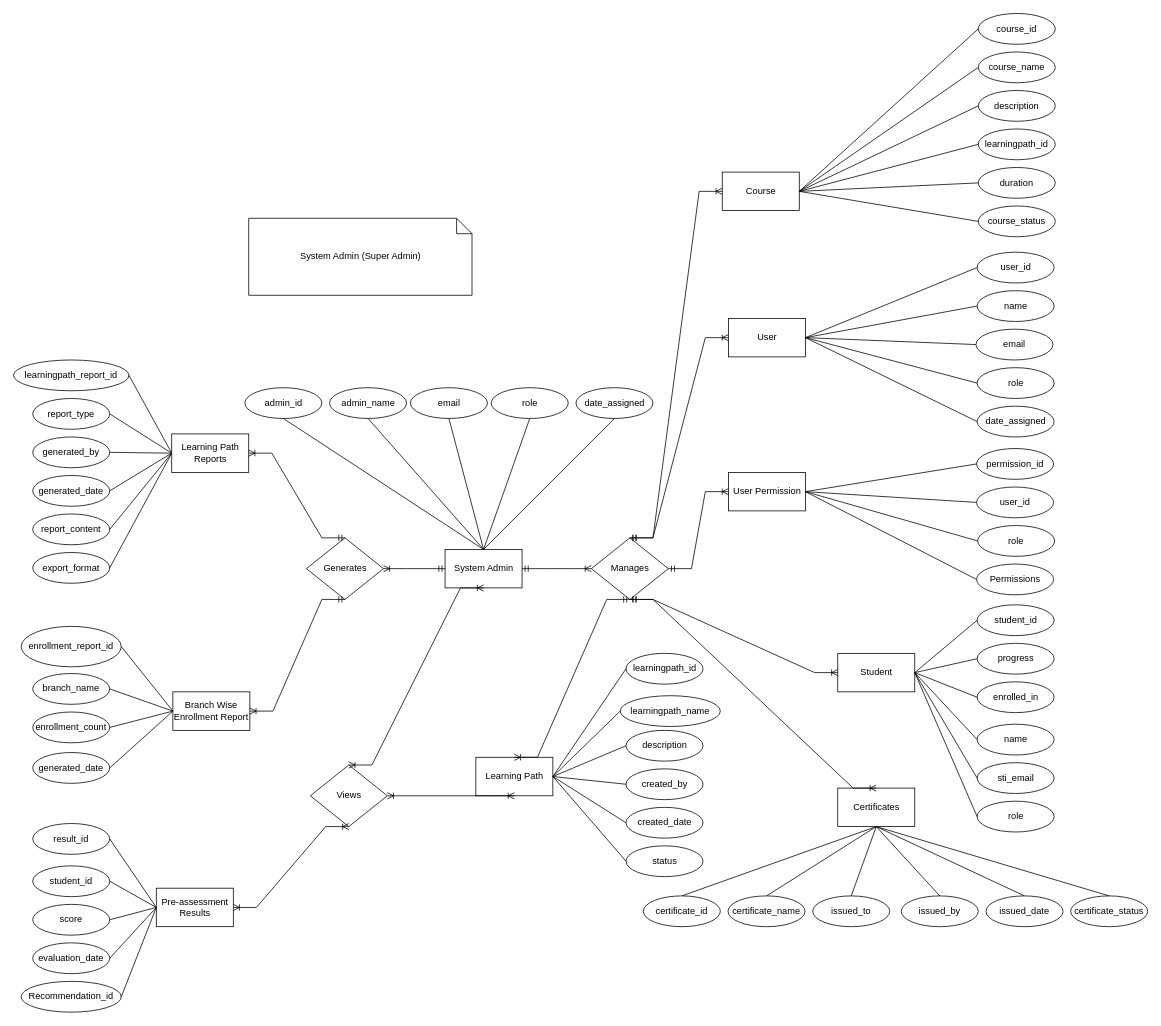
The draw.io diagram page "Page-5" (3 of 3) of SL-Activities/Task121/.drawio in rnrhltn/javanc3uc1, before the edit. Source tidied: cells renumbered, new cells numbered last; positions are measured from the earlier drawing's top-left corner, leaving out a move shared by most shapes. Both pictures are drawn from the tidied source at 77%, with x=0, y=0 at pixel (13, 13).
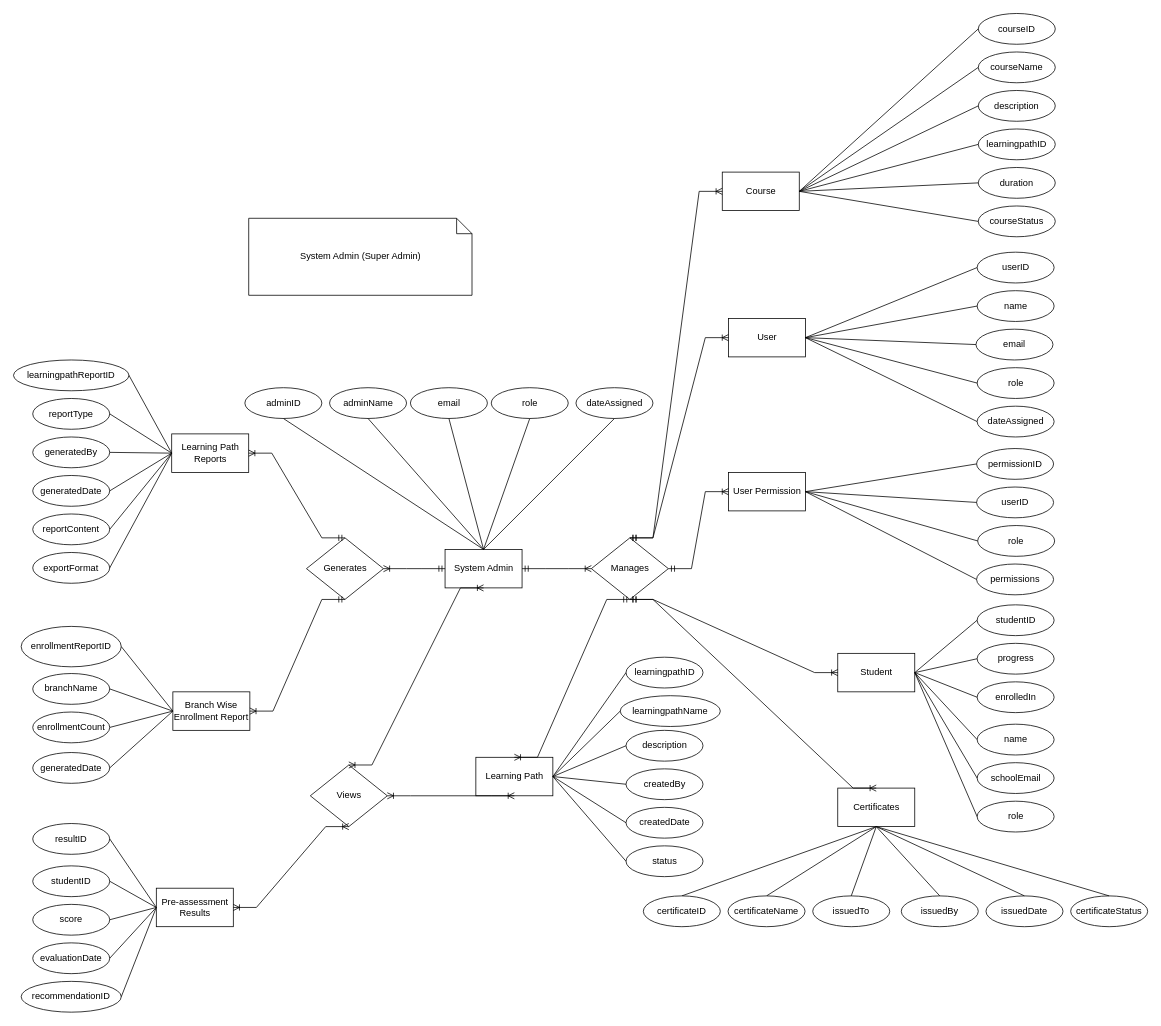
Above is the later version.

Diff of the diagram source:
```diff
@@
-    <mxCell id="23" value="learningpath_report_id" style="ellipse;whiteSpace=wrap;html=1;align=center;" parent="1" vertex="1">
+    <mxCell id="23" value="learningpathReportID" style="ellipse;whiteSpace=wrap;html=1;align=center;" parent="1" vertex="1">
       <mxGeometry y="450" width="150" height="40" as="geometry" />
     </mxCell>
@@
-    <mxCell id="25" value="admin_id" style="ellipse;whiteSpace=wrap;html=1;align=center;" parent="1" vertex="1">
+    <mxCell id="25" value="adminID" style="ellipse;whiteSpace=wrap;html=1;align=center;" parent="1" vertex="1">
       <mxGeometry x="300.5" y="486" width="100" height="40" as="geometry" />
     </mxCell>
-    <mxCell id="26" value="admin_name" style="ellipse;whiteSpace=wrap;html=1;align=center;" parent="1" vertex="1">
+    <mxCell id="26" value="adminName" style="ellipse;whiteSpace=wrap;html=1;align=center;" parent="1" vertex="1">
       <mxGeometry x="410.5" y="486" width="100" height="40" as="geometry" />
     </mxCell>
@@
-    <mxCell id="29" value="date_assigned" style="ellipse;whiteSpace=wrap;html=1;align=center;" parent="1" vertex="1">
+    <mxCell id="29" value="dateAssigned" style="ellipse;whiteSpace=wrap;html=1;align=center;" parent="1" vertex="1">
       <mxGeometry x="730.5" y="486" width="100" height="40" as="geometry" />
     </mxCell>
@@
-    <mxCell id="35" value="report_type" style="ellipse;whiteSpace=wrap;html=1;align=center;" parent="1" vertex="1">
+    <mxCell id="35" value="reportType" style="ellipse;whiteSpace=wrap;html=1;align=center;" parent="1" vertex="1">
       <mxGeometry x="25" y="500" width="100" height="40" as="geometry" />
     </mxCell>
-    <mxCell id="36" value="generated_by" style="ellipse;whiteSpace=wrap;html=1;align=center;" parent="1" vertex="1">
+    <mxCell id="36" value="generatedBy" style="ellipse;whiteSpace=wrap;html=1;align=center;" parent="1" vertex="1">
       <mxGeometry x="25" y="550" width="100" height="40" as="geometry" />
     </mxCell>
-    <mxCell id="37" value="generated_date" style="ellipse;whiteSpace=wrap;html=1;align=center;" parent="1" vertex="1">
+    <mxCell id="37" value="generatedDate" style="ellipse;whiteSpace=wrap;html=1;align=center;" parent="1" vertex="1">
       <mxGeometry x="25" y="600" width="100" height="40" as="geometry" />
     </mxCell>
-    <mxCell id="38" value="report_content" style="ellipse;whiteSpace=wrap;html=1;align=center;" parent="1" vertex="1">
+    <mxCell id="38" value="reportContent" style="ellipse;whiteSpace=wrap;html=1;align=center;" parent="1" vertex="1">
       <mxGeometry x="25" y="650" width="100" height="40" as="geometry" />
     </mxCell>
@@
-    <mxCell id="43" value="learningpath_id" style="ellipse;whiteSpace=wrap;html=1;align=center;" parent="1" vertex="1">
-      <mxGeometry x="795.5" y="831" width="100" height="40" as="geometry" />
+    <mxCell id="43" value="learningpathID" style="ellipse;whiteSpace=wrap;html=1;align=center;" parent="1" vertex="1">
+      <mxGeometry x="795.5" y="836" width="100" height="40" as="geometry" />
     </mxCell>
-    <mxCell id="44" value="learningpath_name" style="ellipse;whiteSpace=wrap;html=1;align=center;" parent="1" vertex="1">
+    <mxCell id="44" value="learningpathName" style="ellipse;whiteSpace=wrap;html=1;align=center;" parent="1" vertex="1">
       <mxGeometry x="788" y="886" width="130" height="40" as="geometry" />
     </mxCell>
@@
-    <mxCell id="46" value="created_by" style="ellipse;whiteSpace=wrap;html=1;align=center;" parent="1" vertex="1">
+    <mxCell id="46" value="createdBy" style="ellipse;whiteSpace=wrap;html=1;align=center;" parent="1" vertex="1">
       <mxGeometry x="795.5" y="981" width="100" height="40" as="geometry" />
     </mxCell>
-    <mxCell id="47" value="created_date" style="ellipse;whiteSpace=wrap;html=1;align=center;" parent="1" vertex="1">
+    <mxCell id="47" value="createdDate" style="ellipse;whiteSpace=wrap;html=1;align=center;" parent="1" vertex="1">
       <mxGeometry x="795.5" y="1031" width="100" height="40" as="geometry" />
     </mxCell>
@@
-    <mxCell id="55" value="student_id" style="ellipse;whiteSpace=wrap;html=1;align=center;" parent="1" vertex="1">
+    <mxCell id="55" value="studentID" style="ellipse;whiteSpace=wrap;html=1;align=center;" parent="1" vertex="1">
       <mxGeometry x="1251.5" y="768" width="100" height="40" as="geometry" />
     </mxCell>
@@
-    <mxCell id="57" value="sti_email" style="ellipse;whiteSpace=wrap;html=1;align=center;" parent="1" vertex="1">
+    <mxCell id="57" value="schoolEmail" style="ellipse;whiteSpace=wrap;html=1;align=center;" parent="1" vertex="1">
       <mxGeometry x="1251.5" y="973" width="100" height="40" as="geometry" />
     </mxCell>
@@
-    <mxCell id="59" value="enrolled_in" style="ellipse;whiteSpace=wrap;html=1;align=center;" parent="1" vertex="1">
+    <mxCell id="59" value="enrolledIn" style="ellipse;whiteSpace=wrap;html=1;align=center;" parent="1" vertex="1">
       <mxGeometry x="1251.5" y="868" width="100" height="40" as="geometry" />
     </mxCell>
@@
-    <mxCell id="67" value="&lt;div&gt;course_id&lt;/div&gt;" style="ellipse;whiteSpace=wrap;html=1;align=center;" parent="1" vertex="1">
+    <mxCell id="67" value="&lt;div&gt;courseID&lt;/div&gt;" style="ellipse;whiteSpace=wrap;html=1;align=center;" parent="1" vertex="1">
       <mxGeometry x="1253" width="100" height="40" as="geometry" />
     </mxCell>
-    <mxCell id="68" value="&lt;div&gt;course_name&lt;/div&gt;" style="ellipse;whiteSpace=wrap;html=1;align=center;" parent="1" vertex="1">
+    <mxCell id="68" value="courseName" style="ellipse;whiteSpace=wrap;html=1;align=center;" parent="1" vertex="1">
       <mxGeometry x="1253" y="50" width="100" height="40" as="geometry" />
     </mxCell>
@@
-    <mxCell id="70" value="&lt;div&gt;learningpath_id&lt;/div&gt;" style="ellipse;whiteSpace=wrap;html=1;align=center;" parent="1" vertex="1">
+    <mxCell id="70" value="&lt;div&gt;learningpathID&lt;/div&gt;" style="ellipse;whiteSpace=wrap;html=1;align=center;" parent="1" vertex="1">
       <mxGeometry x="1253" y="150" width="100" height="40" as="geometry" />
     </mxCell>
-    <mxCell id="71" value="&lt;div&gt;course_status&lt;/div&gt;" style="ellipse;whiteSpace=wrap;html=1;align=center;" parent="1" vertex="1">
+    <mxCell id="71" value="&lt;div&gt;courseStatus&lt;/div&gt;" style="ellipse;whiteSpace=wrap;html=1;align=center;" parent="1" vertex="1">
       <mxGeometry x="1253" y="250" width="100" height="40" as="geometry" />
     </mxCell>
@@
-    <mxCell id="80" value="certificate_id" style="ellipse;whiteSpace=wrap;html=1;align=center;" parent="1" vertex="1">
+    <mxCell id="80" value="certificateID" style="ellipse;whiteSpace=wrap;html=1;align=center;" parent="1" vertex="1">
       <mxGeometry x="818" y="1146" width="100" height="40" as="geometry" />
     </mxCell>
@@
-    <mxCell id="82" value="certificate_name" style="ellipse;whiteSpace=wrap;html=1;align=center;" parent="1" vertex="1">
+    <mxCell id="82" value="certificateName" style="ellipse;whiteSpace=wrap;html=1;align=center;" parent="1" vertex="1">
       <mxGeometry x="928" y="1146" width="100" height="40" as="geometry" />
     </mxCell>
-    <mxCell id="83" value="issued_to" style="ellipse;whiteSpace=wrap;html=1;align=center;" parent="1" vertex="1">
+    <mxCell id="83" value="issuedTo" style="ellipse;whiteSpace=wrap;html=1;align=center;" parent="1" vertex="1">
       <mxGeometry x="1038" y="1146" width="100" height="40" as="geometry" />
     </mxCell>
-    <mxCell id="84" value="issued_by" style="ellipse;whiteSpace=wrap;html=1;align=center;" parent="1" vertex="1">
+    <mxCell id="84" value="issuedBy" style="ellipse;whiteSpace=wrap;html=1;align=center;" parent="1" vertex="1">
       <mxGeometry x="1153" y="1146" width="100" height="40" as="geometry" />
     </mxCell>
-    <mxCell id="85" value="issued_date" style="ellipse;whiteSpace=wrap;html=1;align=center;" parent="1" vertex="1">
+    <mxCell id="85" value="issuedDate" style="ellipse;whiteSpace=wrap;html=1;align=center;" parent="1" vertex="1">
       <mxGeometry x="1263" y="1146" width="100" height="40" as="geometry" />
     </mxCell>
-    <mxCell id="86" value="certificate_status" style="ellipse;whiteSpace=wrap;html=1;align=center;" parent="1" vertex="1">
+    <mxCell id="86" value="certificateStatus" style="ellipse;whiteSpace=wrap;html=1;align=center;" parent="1" vertex="1">
       <mxGeometry x="1373" y="1146" width="100" height="40" as="geometry" />
     </mxCell>
@@
-    <mxCell id="97" value="export_format" style="ellipse;whiteSpace=wrap;html=1;align=center;" parent="1" vertex="1">
+    <mxCell id="97" value="exportFormat" style="ellipse;whiteSpace=wrap;html=1;align=center;" parent="1" vertex="1">
       <mxGeometry x="25" y="700" width="100" height="40" as="geometry" />
     </mxCell>
@@
-    <mxCell id="99" value="&lt;div&gt;user_id&lt;/div&gt;" style="ellipse;whiteSpace=wrap;html=1;align=center;" parent="1" vertex="1">
+    <mxCell id="99" value="&lt;div&gt;userID&lt;/div&gt;" style="ellipse;whiteSpace=wrap;html=1;align=center;" parent="1" vertex="1">
       <mxGeometry x="1251.5" y="310" width="100" height="40" as="geometry" />
     </mxCell>
@@
-    <mxCell id="103" value="&lt;div&gt;date_assigned&lt;/div&gt;" style="ellipse;whiteSpace=wrap;html=1;align=center;" parent="1" vertex="1">
+    <mxCell id="103" value="&lt;div&gt;dateAssigned&lt;/div&gt;" style="ellipse;whiteSpace=wrap;html=1;align=center;" parent="1" vertex="1">
       <mxGeometry x="1251.5" y="510" width="100" height="40" as="geometry" />
     </mxCell>
@@
-    <mxCell id="109" value="&lt;div&gt;permission_id&lt;/div&gt;" style="ellipse;whiteSpace=wrap;html=1;align=center;" parent="1" vertex="1">
+    <mxCell id="109" value="&lt;div&gt;permissionID&lt;/div&gt;" style="ellipse;whiteSpace=wrap;html=1;align=center;" parent="1" vertex="1">
       <mxGeometry x="1250.8" y="565" width="100" height="40" as="geometry" />
     </mxCell>
-    <mxCell id="110" value="&lt;div&gt;user_id&lt;/div&gt;" style="ellipse;whiteSpace=wrap;html=1;align=center;" parent="1" vertex="1">
+    <mxCell id="110" value="&lt;div&gt;userID&lt;/div&gt;" style="ellipse;whiteSpace=wrap;html=1;align=center;" parent="1" vertex="1">
       <mxGeometry x="1250.8" y="615" width="100" height="40" as="geometry" />
     </mxCell>
@@
-    <mxCell id="112" value="&lt;div&gt;Permissions&lt;/div&gt;" style="ellipse;whiteSpace=wrap;html=1;align=center;" parent="1" vertex="1">
+    <mxCell id="112" value="permissions" style="ellipse;whiteSpace=wrap;html=1;align=center;" parent="1" vertex="1">
       <mxGeometry x="1250.8" y="715" width="100" height="40" as="geometry" />
     </mxCell>
@@
-    <mxCell id="117" value="result_id" style="ellipse;whiteSpace=wrap;html=1;align=center;" parent="1" vertex="1">
+    <mxCell id="117" value="resultID" style="ellipse;whiteSpace=wrap;html=1;align=center;" parent="1" vertex="1">
       <mxGeometry x="25" y="1052" width="100" height="40" as="geometry" />
     </mxCell>
-    <mxCell id="118" value="student_id" style="ellipse;whiteSpace=wrap;html=1;align=center;" parent="1" vertex="1">
+    <mxCell id="118" value="studentID" style="ellipse;whiteSpace=wrap;html=1;align=center;" parent="1" vertex="1">
       <mxGeometry x="25" y="1107" width="100" height="40" as="geometry" />
     </mxCell>
@@
-    <mxCell id="120" value="evaluation_date" style="ellipse;whiteSpace=wrap;html=1;align=center;" parent="1" vertex="1">
+    <mxCell id="120" value="evaluationDate" style="ellipse;whiteSpace=wrap;html=1;align=center;" parent="1" vertex="1">
       <mxGeometry x="25" y="1207" width="100" height="40" as="geometry" />
     </mxCell>
-    <mxCell id="121" value="Recommendation_id" style="ellipse;whiteSpace=wrap;html=1;align=center;" parent="1" vertex="1">
+    <mxCell id="121" value="recommendationID" style="ellipse;whiteSpace=wrap;html=1;align=center;" parent="1" vertex="1">
       <mxGeometry x="10" y="1257" width="130" height="40" as="geometry" />
     </mxCell>
@@
-    <mxCell id="127" value="enrollment_report_id" style="ellipse;whiteSpace=wrap;html=1;align=center;" parent="1" vertex="1">
+    <mxCell id="127" value="enrollmentReportID" style="ellipse;whiteSpace=wrap;html=1;align=center;" parent="1" vertex="1">
       <mxGeometry x="10" y="796" width="130" height="52.5" as="geometry" />
     </mxCell>
-    <mxCell id="128" value="branch_name" style="ellipse;whiteSpace=wrap;html=1;align=center;" parent="1" vertex="1">
+    <mxCell id="128" value="branchName" style="ellipse;whiteSpace=wrap;html=1;align=center;" parent="1" vertex="1">
       <mxGeometry x="25" y="857.2" width="100" height="40" as="geometry" />
     </mxCell>
-    <mxCell id="129" value="enrollment_count" style="ellipse;whiteSpace=wrap;html=1;align=center;" parent="1" vertex="1">
+    <mxCell id="129" value="enrollmentCount" style="ellipse;whiteSpace=wrap;html=1;align=center;" parent="1" vertex="1">
       <mxGeometry x="25" y="907.2" width="100" height="40" as="geometry" />
     </mxCell>
-    <mxCell id="130" value="generated_date" style="ellipse;whiteSpace=wrap;html=1;align=center;" parent="1" vertex="1">
+    <mxCell id="130" value="generatedDate" style="ellipse;whiteSpace=wrap;html=1;align=center;" parent="1" vertex="1">
       <mxGeometry x="25" y="959.8" width="100" height="40" as="geometry" />
     </mxCell>
```
